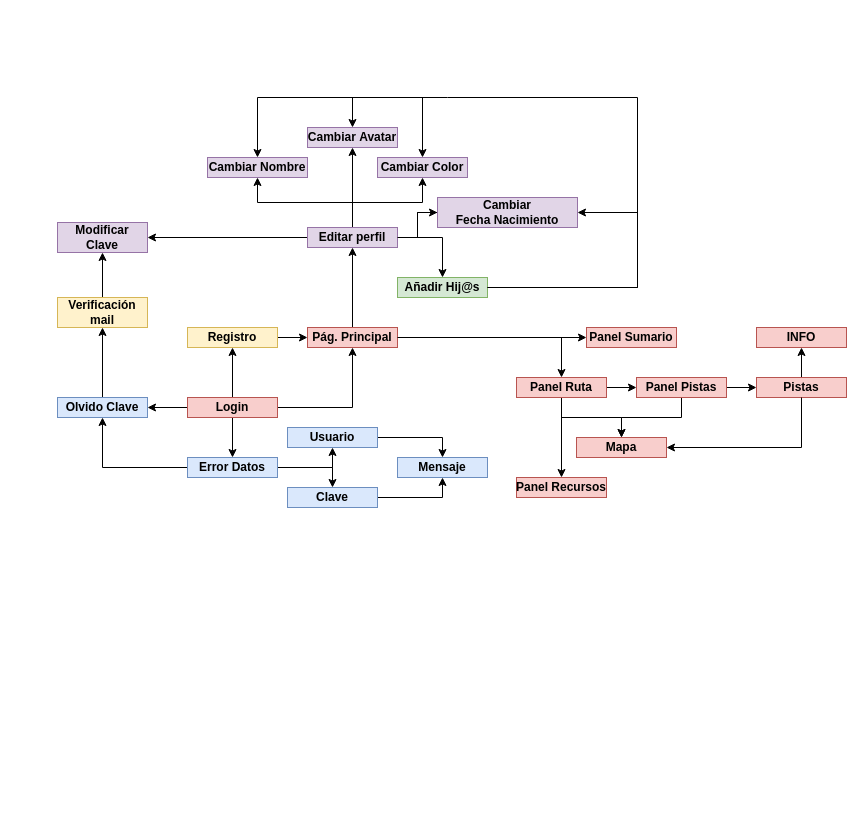
amaliatorre/BOTANIC_diver-educa keeps this draw.io diagram as Diagrama sin título.drawio. Above is the earlier version. Source tidied: cells renumbered, new cells numbered last; positions are measured from the earlier drawing's top-left corner, leaving out a move shared by most shapes. Both pictures are drawn from the tidied source at 100%, with x=0, y=0 at pixel (57, 97).
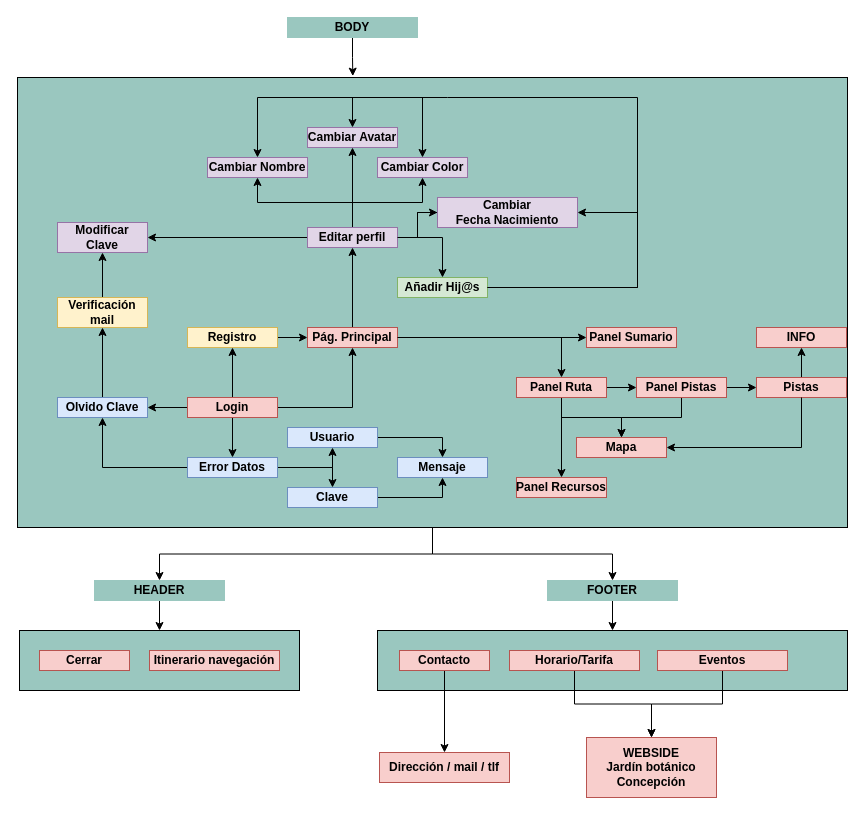
Above is the later version.

The edit, as a diff of the source:
```diff
@@
+    <mxCell id="58" style="rounded=0;whiteSpace=wrap;html=1;fillColor=#9AC7BF;" parent="1" vertex="1">
+      <mxGeometry x="-38" y="533" width="280" height="60" as="geometry" />
+    </mxCell>
+    <mxCell id="59" style="edgeStyle=orthogonalEdgeStyle;rounded=0;jettySize=auto;html=1;" parent="1" edge="1" source="61" target="65">
+      <mxGeometry relative="1" as="geometry" />
+    </mxCell>
+    <mxCell id="60" style="edgeStyle=orthogonalEdgeStyle;rounded=0;jettySize=auto;html=1;" parent="1" edge="1" source="61" target="72">
+      <mxGeometry relative="1" as="geometry" />
+    </mxCell>
+    <mxCell id="61" style="rounded=0;whiteSpace=wrap;html=1;fillColor=#9AC7BF;" parent="1" vertex="1">
+      <mxGeometry x="-40" y="-20" width="830" height="450" as="geometry" />
+    </mxCell>
@@
+    <mxCell id="62" value="&lt;b&gt;Cerrar&lt;/b&gt;" style="text;html=1;strokeColor=#b85450;fillColor=#f8cecc;align=center;verticalAlign=middle;whiteSpace=wrap;rounded=0;" parent="1" vertex="1">
+      <mxGeometry x="-18" y="553" width="90" height="20" as="geometry" />
+    </mxCell>
+    <mxCell id="63" value="&lt;b&gt;Itinerario navegación&lt;/b&gt;" style="text;html=1;strokeColor=#b85450;fillColor=#f8cecc;align=center;verticalAlign=middle;whiteSpace=wrap;rounded=0;" parent="1" vertex="1">
+      <mxGeometry x="92" y="553" width="130" height="20" as="geometry" />
+    </mxCell>
+    <mxCell id="64" style="edgeStyle=orthogonalEdgeStyle;rounded=0;jettySize=auto;html=1;" parent="1" edge="1" source="65" target="58">
+      <mxGeometry relative="1" as="geometry" />
+    </mxCell>
+    <mxCell id="65" value="&lt;b&gt;HEADER&lt;/b&gt;" style="text;html=1;strokeColor=#9AC7BF;fillColor=#9AC7BF;align=center;verticalAlign=middle;whiteSpace=wrap;rounded=0;" parent="1" vertex="1">
+      <mxGeometry x="37" y="483" width="130" height="20" as="geometry" />
+    </mxCell>
+    <mxCell id="66" style="rounded=0;whiteSpace=wrap;html=1;fillColor=#9AC7BF;" parent="1" vertex="1">
+      <mxGeometry x="320" y="533" width="470" height="60" as="geometry" />
+    </mxCell>
+    <mxCell id="67" style="edgeStyle=orthogonalEdgeStyle;rounded=0;jettySize=auto;html=1;" parent="1" edge="1" source="68" target="76">
+      <mxGeometry relative="1" as="geometry" />
+    </mxCell>
+    <mxCell id="68" value="&lt;b&gt;Contacto&lt;/b&gt;" style="text;html=1;strokeColor=#b85450;fillColor=#f8cecc;align=center;verticalAlign=middle;whiteSpace=wrap;rounded=0;" parent="1" vertex="1">
+      <mxGeometry x="342" y="553" width="90" height="20" as="geometry" />
+    </mxCell>
+    <mxCell id="69" style="edgeStyle=orthogonalEdgeStyle;rounded=0;jettySize=auto;html=1;" parent="1" edge="1" source="70" target="75">
+      <mxGeometry relative="1" as="geometry" />
+    </mxCell>
+    <mxCell id="70" value="&lt;b&gt;Horario/Tarifa&lt;/b&gt;" style="text;html=1;strokeColor=#b85450;fillColor=#f8cecc;align=center;verticalAlign=middle;whiteSpace=wrap;rounded=0;" parent="1" vertex="1">
+      <mxGeometry x="452" y="553" width="130" height="20" as="geometry" />
+    </mxCell>
+    <mxCell id="71" style="edgeStyle=orthogonalEdgeStyle;rounded=0;jettySize=auto;html=1;" parent="1" edge="1" source="72" target="66">
+      <mxGeometry relative="1" as="geometry" />
+    </mxCell>
+    <mxCell id="72" value="&lt;b&gt;FOOTER&lt;/b&gt;" style="text;html=1;strokeColor=#9AC7BF;fillColor=#9AC7BF;align=center;verticalAlign=middle;whiteSpace=wrap;rounded=0;" parent="1" vertex="1">
+      <mxGeometry x="490" y="483" width="130" height="20" as="geometry" />
+    </mxCell>
+    <mxCell id="73" style="edgeStyle=orthogonalEdgeStyle;rounded=0;jettySize=auto;html=1;" parent="1" edge="1" source="74" target="75">
+      <mxGeometry relative="1" as="geometry" />
+    </mxCell>
+    <mxCell id="74" value="&lt;b&gt;Eventos&lt;/b&gt;" style="text;html=1;strokeColor=#b85450;fillColor=#f8cecc;align=center;verticalAlign=middle;whiteSpace=wrap;rounded=0;" parent="1" vertex="1">
+      <mxGeometry x="600" y="553" width="130" height="20" as="geometry" />
+    </mxCell>
+    <mxCell id="75" value="&lt;b&gt;WEBSIDE&lt;/b&gt;&lt;br&gt;&lt;span style=&quot;font-size: 12px;&quot;&gt;&lt;b&gt;Jardín&lt;/b&gt;&lt;/span&gt;&lt;b&gt;&amp;nbsp;&lt;/b&gt;&lt;span style=&quot;font-size: 12px;&quot;&gt;&lt;b&gt;botánico&lt;/b&gt;&lt;/span&gt;&lt;br&gt;&lt;b&gt;Concepción&lt;/b&gt;" style="text;html=1;strokeColor=#b85450;fillColor=#f8cecc;align=center;verticalAlign=middle;whiteSpace=wrap;rounded=0;" parent="1" vertex="1">
+      <mxGeometry x="529" y="640" width="130" height="60" as="geometry" />
+    </mxCell>
+    <mxCell id="76" value="&lt;b&gt;Dirección / mail / tlf&lt;/b&gt;" style="text;html=1;strokeColor=#b85450;fillColor=#f8cecc;align=center;verticalAlign=middle;whiteSpace=wrap;rounded=0;" parent="1" vertex="1">
+      <mxGeometry x="322" y="655" width="130" height="30" as="geometry" />
+    </mxCell>
+    <mxCell id="77" style="edgeStyle=orthogonalEdgeStyle;rounded=0;jettySize=auto;html=1;entryX=0.404;entryY=-0.003;entryDx=0;entryDy=0;entryPerimeter=0;" parent="1" edge="1" source="78" target="61">
+      <mxGeometry relative="1" as="geometry" />
+    </mxCell>
+    <mxCell id="78" value="&lt;b&gt;BODY&lt;/b&gt;" style="text;html=1;strokeColor=#9AC7BF;fillColor=#9AC7BF;align=center;verticalAlign=middle;whiteSpace=wrap;rounded=0;" parent="1" vertex="1">
+      <mxGeometry x="230" y="-80" width="130" height="20" as="geometry" />
+    </mxCell>
```
